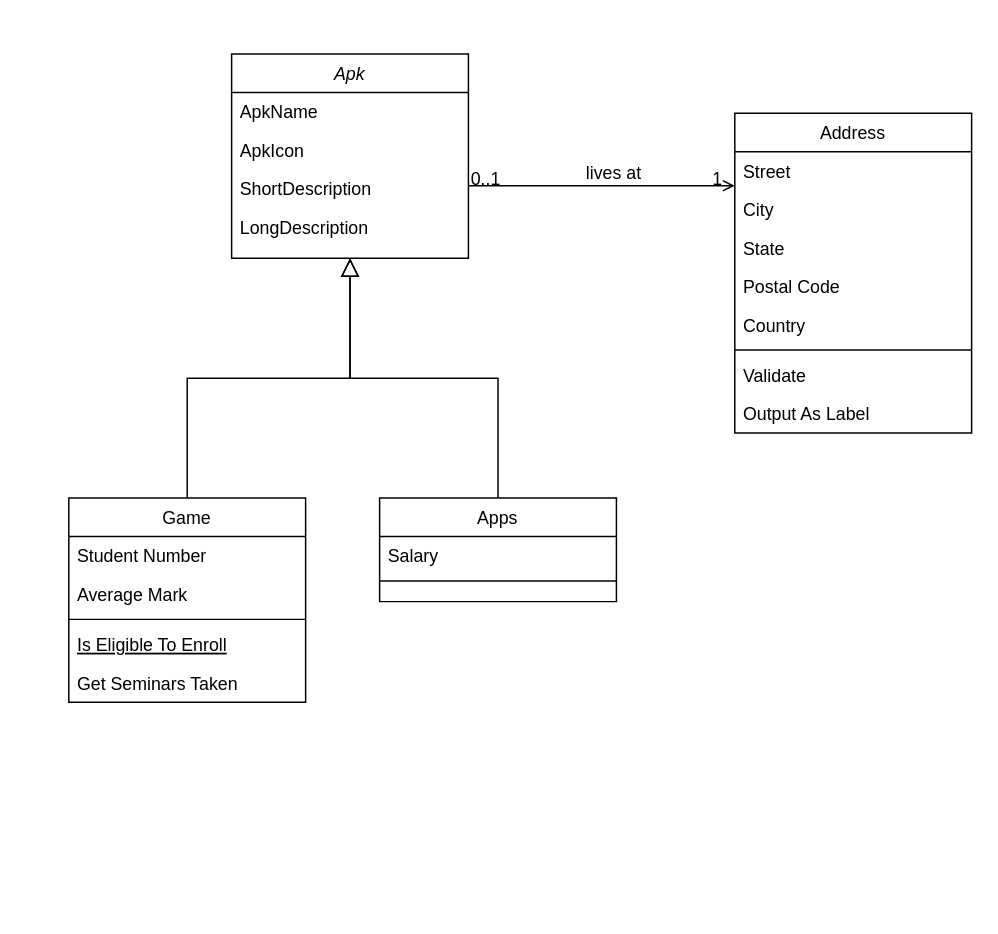
Before: page "Page-1" (1 of 2) of Diagramme sans nom.drawio in amine-ui/Test-React, a draw.io diagram. Source tidied: cells renumbered, new cells numbered last; positions are measured from the earlier drawing's top-left corner, leaving out a move shared by most shapes. Both pictures are drawn from the tidied source at 148%, with x=0, y=0 at pixel (68, 53).
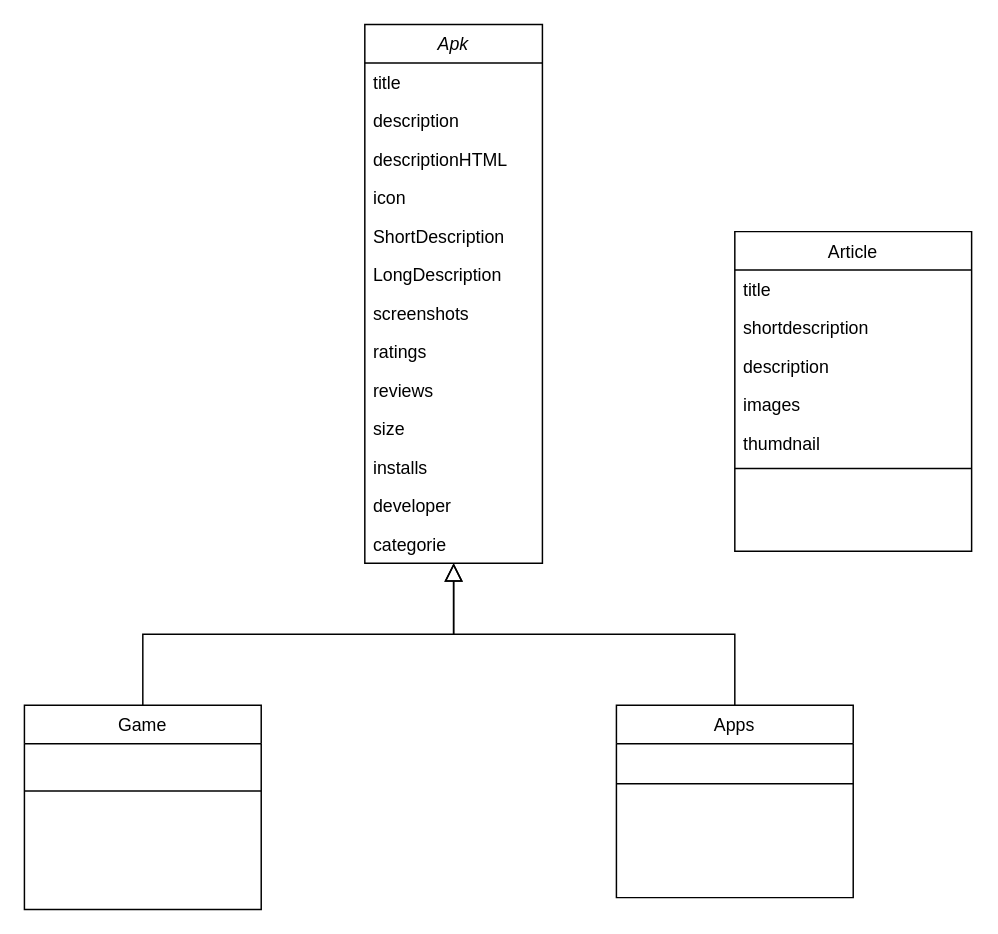
Above is the later version.

Commit message:
Mettre à jour Diagramme sans nom.drawio

What changed in the source:
```diff
@@
     <mxCell id="2" value="Apk" style="swimlane;fontStyle=2;align=center;verticalAlign=top;horizontal=1;startSize=26;rounded=0;shadow=0;strokeWidth=1;" parent="1" vertex="1">
-      <mxGeometry x="110" width="160" height="138" as="geometry" />
+      <mxGeometry x="200" y="-20" width="120" height="364" as="geometry" />
     </mxCell>
-    <mxCell id="3" value="ApkName" style="text;align=left;verticalAlign=top;spacingLeft=4;spacingRight=4;overflow=hidden;" parent="2" vertex="1">
-      <mxGeometry y="26" width="160" height="26" as="geometry" />
+    <mxCell id="3" value="title" style="text;align=left;verticalAlign=top;spacingLeft=4;spacingRight=4;overflow=hidden;" parent="2" vertex="1">
+      <mxGeometry y="26" width="120" height="26" as="geometry" />
     </mxCell>
-    <mxCell id="4" value="ApkIcon" style="text;align=left;verticalAlign=top;spacingLeft=4;spacingRight=4;overflow=hidden;rounded=0;shadow=0;html=0;" parent="2" vertex="1">
-      <mxGeometry y="52" width="160" height="26" as="geometry" />
-    </mxCell>
+    <mxCell id="31" value="description" style="text;align=left;verticalAlign=top;spacingLeft=4;spacingRight=4;overflow=hidden;" parent="2" vertex="1">
+      <mxGeometry y="52" width="120" height="26" as="geometry" />
+    </mxCell>
+    <mxCell id="32" value="descriptionHTML" style="text;align=left;verticalAlign=top;spacingLeft=4;spacingRight=4;overflow=hidden;" parent="2" vertex="1">
+      <mxGeometry y="78" width="120" height="26" as="geometry" />
+    </mxCell>
+    <mxCell id="33" value="icon" style="text;align=left;verticalAlign=top;spacingLeft=4;spacingRight=4;overflow=hidden;rounded=0;shadow=0;html=0;" parent="2" vertex="1">
+      <mxGeometry y="104" width="120" height="26" as="geometry" />
+    </mxCell>
     <mxCell id="5" value="ShortDescription" style="text;align=left;verticalAlign=top;spacingLeft=4;spacingRight=4;overflow=hidden;rounded=0;shadow=0;html=0;" parent="2" vertex="1">
-      <mxGeometry y="78" width="160" height="26" as="geometry" />
+      <mxGeometry y="130" width="120" height="26" as="geometry" />
     </mxCell>
     <mxCell id="6" value="LongDescription" style="text;align=left;verticalAlign=top;spacingLeft=4;spacingRight=4;overflow=hidden;" parent="2" vertex="1">
-      <mxGeometry y="104" width="160" height="26" as="geometry" />
+      <mxGeometry y="156" width="120" height="26" as="geometry" />
     </mxCell>
+    <mxCell id="34" value="screenshots" style="text;align=left;verticalAlign=top;spacingLeft=4;spacingRight=4;overflow=hidden;rounded=0;shadow=0;html=0;" parent="2" vertex="1">
+      <mxGeometry y="182" width="120" height="26" as="geometry" />
+    </mxCell>
+    <mxCell id="35" value="ratings" style="text;align=left;verticalAlign=top;spacingLeft=4;spacingRight=4;overflow=hidden;rounded=0;shadow=0;html=0;" parent="2" vertex="1">
+      <mxGeometry y="208" width="120" height="26" as="geometry" />
+    </mxCell>
+    <mxCell id="36" value="reviews" style="text;align=left;verticalAlign=top;spacingLeft=4;spacingRight=4;overflow=hidden;rounded=0;shadow=0;html=0;" parent="2" vertex="1">
+      <mxGeometry y="234" width="120" height="26" as="geometry" />
+    </mxCell>
+    <mxCell id="37" value="size" style="text;align=left;verticalAlign=top;spacingLeft=4;spacingRight=4;overflow=hidden;rounded=0;shadow=0;html=0;" parent="2" vertex="1">
+      <mxGeometry y="260" width="120" height="26" as="geometry" />
+    </mxCell>
+    <mxCell id="38" value="installs" style="text;align=left;verticalAlign=top;spacingLeft=4;spacingRight=4;overflow=hidden;rounded=0;shadow=0;html=0;" parent="2" vertex="1">
+      <mxGeometry y="286" width="120" height="26" as="geometry" />
+    </mxCell>
+    <mxCell id="39" value="developer" style="text;align=left;verticalAlign=top;spacingLeft=4;spacingRight=4;overflow=hidden;rounded=0;shadow=0;html=0;" parent="2" vertex="1">
+      <mxGeometry y="312" width="120" height="26" as="geometry" />
+    </mxCell>
+    <mxCell id="40" value="categorie" style="text;align=left;verticalAlign=top;spacingLeft=4;spacingRight=4;overflow=hidden;rounded=0;shadow=0;html=0;" parent="2" vertex="1">
+      <mxGeometry y="338" width="120" height="26" as="geometry" />
+    </mxCell>
     <mxCell id="7" value="Game" style="swimlane;fontStyle=0;align=center;verticalAlign=top;horizontal=1;startSize=26;rounded=0;shadow=0;strokeWidth=1;" parent="1" vertex="1">
-      <mxGeometry y="300" width="160" height="138" as="geometry" />
+      <mxGeometry x="-30" y="440" width="160" height="138" as="geometry" />
     </mxCell>
-    <mxCell id="8" value="Student Number" style="text;align=left;verticalAlign=top;spacingLeft=4;spacingRight=4;overflow=hidden;" parent="7" vertex="1">
-      <mxGeometry y="26" width="160" height="26" as="geometry" />
-    </mxCell>
-    <mxCell id="9" value="Average Mark" style="text;align=left;verticalAlign=top;spacingLeft=4;spacingRight=4;overflow=hidden;rounded=0;shadow=0;html=0;" parent="7" vertex="1">
-      <mxGeometry y="52" width="160" height="26" as="geometry" />
-    </mxCell>
     <mxCell id="10" style="line;html=1;strokeWidth=1;align=left;verticalAlign=middle;spacingTop=-1;spacingLeft=3;spacingRight=3;labelPosition=right;" parent="7" vertex="1">
-      <mxGeometry y="78" width="160" height="8" as="geometry" />
+      <mxGeometry y="26" width="160" height="64" as="geometry" />
     </mxCell>
-    <mxCell id="11" value="Is Eligible To Enroll" style="text;align=left;verticalAlign=top;spacingLeft=4;spacingRight=4;overflow=hidden;fontStyle=4;" parent="7" vertex="1">
-      <mxGeometry y="86" width="160" height="26" as="geometry" />
-    </mxCell>
-    <mxCell id="12" value="Get Seminars Taken" style="text;align=left;verticalAlign=top;spacingLeft=4;spacingRight=4;overflow=hidden;" parent="7" vertex="1">
-      <mxGeometry y="112" width="160" height="26" as="geometry" />
-    </mxCell>
@@
     <mxCell id="14" value="Apps" style="swimlane;fontStyle=0;align=center;verticalAlign=top;horizontal=1;startSize=26;rounded=0;shadow=0;strokeWidth=1;" parent="1" vertex="1">
-      <mxGeometry x="210" y="300" width="160" height="70" as="geometry" />
+      <mxGeometry x="370" y="440" width="160" height="130" as="geometry" />
     </mxCell>
-    <mxCell id="15" value="Salary" style="text;align=left;verticalAlign=top;spacingLeft=4;spacingRight=4;overflow=hidden;" parent="14" vertex="1">
-      <mxGeometry y="26" width="160" height="26" as="geometry" />
-    </mxCell>
     <mxCell id="16" style="line;html=1;strokeWidth=1;align=left;verticalAlign=middle;spacingTop=-1;spacingLeft=3;spacingRight=3;labelPosition=right;" parent="14" vertex="1">
-      <mxGeometry y="52" width="160" height="8" as="geometry" />
+      <mxGeometry y="26" width="160" height="54" as="geometry" />
     </mxCell>
@@
-    <mxCell id="18" value="Address" style="swimlane;fontStyle=0;align=center;verticalAlign=top;horizontal=1;startSize=26;rounded=0;shadow=0;strokeWidth=1;" parent="1" vertex="1">
-      <mxGeometry x="450" y="40" width="160" height="216" as="geometry" />
+    <mxCell id="18" value="Article" style="swimlane;fontStyle=0;align=center;verticalAlign=top;horizontal=1;startSize=26;rounded=0;shadow=0;strokeWidth=1;" parent="1" vertex="1">
+      <mxGeometry x="450" y="120" width="160" height="216" as="geometry" />
     </mxCell>
-    <mxCell id="19" value="Street" style="text;align=left;verticalAlign=top;spacingLeft=4;spacingRight=4;overflow=hidden;" parent="18" vertex="1">
+    <mxCell id="19" value="title" style="text;align=left;verticalAlign=top;spacingLeft=4;spacingRight=4;overflow=hidden;" parent="18" vertex="1">
       <mxGeometry y="26" width="160" height="26" as="geometry" />
     </mxCell>
-    <mxCell id="20" value="City" style="text;align=left;verticalAlign=top;spacingLeft=4;spacingRight=4;overflow=hidden;rounded=0;shadow=0;html=0;" parent="18" vertex="1">
+    <mxCell id="20" value="shortdescription" style="text;align=left;verticalAlign=top;spacingLeft=4;spacingRight=4;overflow=hidden;rounded=0;shadow=0;html=0;" parent="18" vertex="1">
       <mxGeometry y="52" width="160" height="26" as="geometry" />
     </mxCell>
-    <mxCell id="21" value="State" style="text;align=left;verticalAlign=top;spacingLeft=4;spacingRight=4;overflow=hidden;rounded=0;shadow=0;html=0;" parent="18" vertex="1">
+    <mxCell id="21" value="description" style="text;align=left;verticalAlign=top;spacingLeft=4;spacingRight=4;overflow=hidden;rounded=0;shadow=0;html=0;" parent="18" vertex="1">
       <mxGeometry y="78" width="160" height="26" as="geometry" />
     </mxCell>
-    <mxCell id="22" value="Postal Code" style="text;align=left;verticalAlign=top;spacingLeft=4;spacingRight=4;overflow=hidden;rounded=0;shadow=0;html=0;" parent="18" vertex="1">
+    <mxCell id="22" value="images" style="text;align=left;verticalAlign=top;spacingLeft=4;spacingRight=4;overflow=hidden;rounded=0;shadow=0;html=0;" parent="18" vertex="1">
       <mxGeometry y="104" width="160" height="26" as="geometry" />
     </mxCell>
-    <mxCell id="23" value="Country" style="text;align=left;verticalAlign=top;spacingLeft=4;spacingRight=4;overflow=hidden;rounded=0;shadow=0;html=0;" parent="18" vertex="1">
+    <mxCell id="23" value="thumdnail" style="text;align=left;verticalAlign=top;spacingLeft=4;spacingRight=4;overflow=hidden;rounded=0;shadow=0;html=0;" parent="18" vertex="1">
       <mxGeometry y="130" width="160" height="26" as="geometry" />
     </mxCell>
@@
-    <mxCell id="25" value="Validate" style="text;align=left;verticalAlign=top;spacingLeft=4;spacingRight=4;overflow=hidden;" parent="18" vertex="1">
-      <mxGeometry y="164" width="160" height="26" as="geometry" />
-    </mxCell>
-    <mxCell id="26" value="Output As Label" style="text;align=left;verticalAlign=top;spacingLeft=4;spacingRight=4;overflow=hidden;" parent="18" vertex="1">
-      <mxGeometry y="190" width="160" height="26" as="geometry" />
-    </mxCell>
-    <mxCell id="27" style="endArrow=open;shadow=0;strokeWidth=1;rounded=0;endFill=1;edgeStyle=elbowEdgeStyle;elbow=vertical;" parent="1" edge="1" source="2" target="18">
-      <mxGeometry x="0.5" y="41" relative="1" as="geometry">
-        <mxPoint x="-40" y="32" as="offset" />
-      </mxGeometry>
-    </mxCell>
-    <mxCell id="28" value="0..1" style="align=left;verticalAlign=bottom;labelBackgroundColor=none;fontSize=12;" parent="27" vertex="1">
-      <mxGeometry x="-1" relative="1" as="geometry">
-        <mxPoint y="4" as="offset" />
-      </mxGeometry>
-    </mxCell>
-    <mxCell id="29" value="1" style="align=right;verticalAlign=bottom;labelBackgroundColor=none;fontSize=12;" parent="27" vertex="1">
-      <mxGeometry x="1" relative="1" as="geometry">
-        <mxPoint x="-7" y="4" as="offset" />
-      </mxGeometry>
-    </mxCell>
-    <mxCell id="30" value="lives at" style="text;html=1;align=center;verticalAlign=middle;labelBackgroundColor=none;rounded=0;shadow=0;strokeWidth=1;fontSize=12;" parent="27" vertex="1">
-      <mxGeometry x="0.5" y="49" relative="1" as="geometry">
-        <mxPoint x="-38" y="40" as="offset" />
-      </mxGeometry>
-    </mxCell>
```
